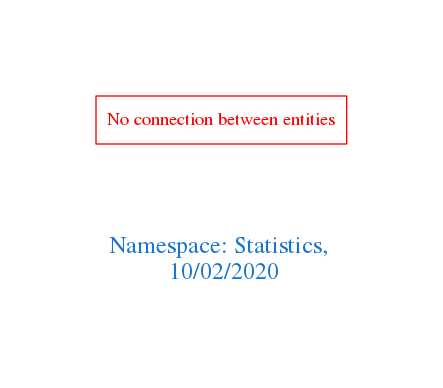
arago/OGIT keeps this Graphviz diagram as downloads/Statistics.png. Above is the earlier version. Its source is kept beside it as downloads/Statistics.dot. Its diagram source:
```dot
digraph OGIT_ontology {
 graph [ rankdir= LR,pad=1
fontsize = 18,
fontcolor= dodgerblue3,label = "\n\n\nNamespace: Statistics, \n 10/02/2020"];
node[shape=polygon];
edge [  color="gray81"];

"No connection between entities" [fontcolor = "red",color="red", shape="polygon"]
}
```
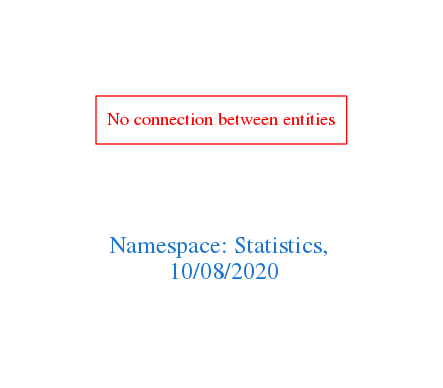
The same file after the commit.

What changed in the source:
```diff
@@ -1,7 +1,7 @@
 digraph OGIT_ontology {
  graph [ rankdir= LR,pad=1
 fontsize = 18,
-fontcolor= dodgerblue3,label = "\n\n\nNamespace: Statistics, \n 10/02/2020"];
+fontcolor= dodgerblue3,label = "\n\n\nNamespace: Statistics, \n 10/08/2020"];
 node[shape=polygon];
 edge [  color="gray81"];
 
```
